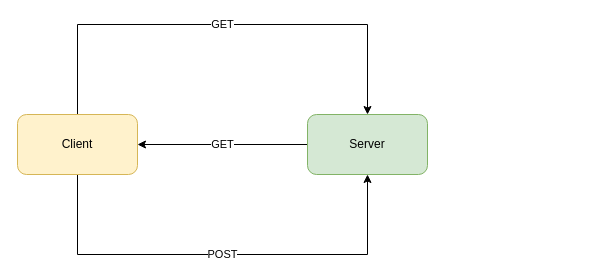
Before: page "GET-POST" (3 of 3) of Draws.drawio in zcomert/btk-akademi-aspnet-core-mvc-bootcamp-samsun, a draw.io diagram. Source tidied: cells renumbered, new cells numbered last; positions are measured from the earlier drawing's top-left corner, leaving out a move shared by most shapes. Both pictures are drawn from the tidied source at 100%, with x=0, y=0 at pixel (17, 24).
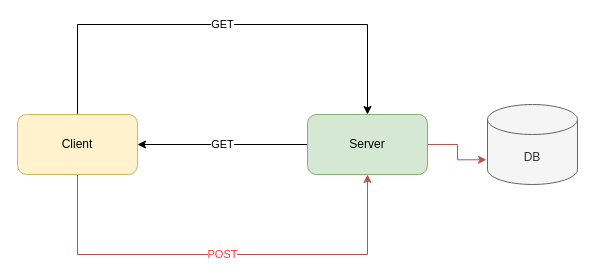
The same page after the edit.

What changed in the source:
```diff
@@
 <mxGraphModel>
   <root>
     <mxCell id="0" />
     <mxCell id="1" parent="0" />
     <mxCell id="2" value="GET" style="edgeStyle=orthogonalEdgeStyle;rounded=0;jettySize=auto;html=1;entryX=0.5;entryY=0;entryDx=0;entryDy=0;" parent="1" edge="1" source="4" target="6">
       <mxGeometry relative="1" as="geometry">
         <Array as="points">
           <mxPoint x="60" />
           <mxPoint x="350" />
         </Array>
       </mxGeometry>
     </mxCell>
-    <mxCell id="3" value="POST" style="edgeStyle=orthogonalEdgeStyle;rounded=0;jettySize=auto;html=1;entryX=0.5;entryY=1;entryDx=0;entryDy=0;exitX=0.5;exitY=1;exitDx=0;exitDy=0;" parent="1" edge="1" source="4" target="6">
+    <mxCell id="3" value="POST" style="edgeStyle=orthogonalEdgeStyle;rounded=0;jettySize=auto;html=1;entryX=0.5;entryY=1;entryDx=0;entryDy=0;exitX=0.5;exitY=1;exitDx=0;exitDy=0;fillColor=#f8cecc;strokeColor=#b85450;fontColor=#FF3333;" parent="1" edge="1" source="4" target="6">
       <mxGeometry relative="1" as="geometry">
         <Array as="points">
           <mxPoint x="60" y="230" />
           <mxPoint x="350" y="230" />
         </Array>
       </mxGeometry>
     </mxCell>
     <mxCell id="4" value="Client" style="rounded=1;whiteSpace=wrap;html=1;fillColor=#fff2cc;strokeColor=#d6b656;" parent="1" vertex="1">
       <mxGeometry y="90" width="120" height="60" as="geometry" />
     </mxCell>
     <mxCell id="5" value="GET" style="edgeStyle=orthogonalEdgeStyle;rounded=0;jettySize=auto;html=1;" parent="1" edge="1" source="6" target="4">
       <mxGeometry relative="1" as="geometry" />
     </mxCell>
+    <mxCell id="7" style="edgeStyle=orthogonalEdgeStyle;rounded=0;jettySize=auto;html=1;entryX=-0.011;entryY=0.691;entryDx=0;entryDy=0;entryPerimeter=0;fontColor=#FF3333;fillColor=#f8cecc;strokeColor=#b85450;" parent="1" edge="1" source="6" target="8">
+      <mxGeometry relative="1" as="geometry" />
+    </mxCell>
     <mxCell id="6" value="Server" style="rounded=1;whiteSpace=wrap;html=1;fillColor=#d5e8d4;strokeColor=#82b366;" parent="1" vertex="1">
       <mxGeometry x="290" y="90" width="120" height="60" as="geometry" />
     </mxCell>
+    <mxCell id="8" value="DB" style="shape=cylinder3;whiteSpace=wrap;html=1;boundedLbl=1;backgroundOutline=1;size=15;fillColor=#f5f5f5;strokeColor=#666666;fontColor=#333333;" parent="1" vertex="1">
+      <mxGeometry x="470" y="80" width="90" height="80" as="geometry" />
+    </mxCell>
   </root>
 </mxGraphModel>
```
